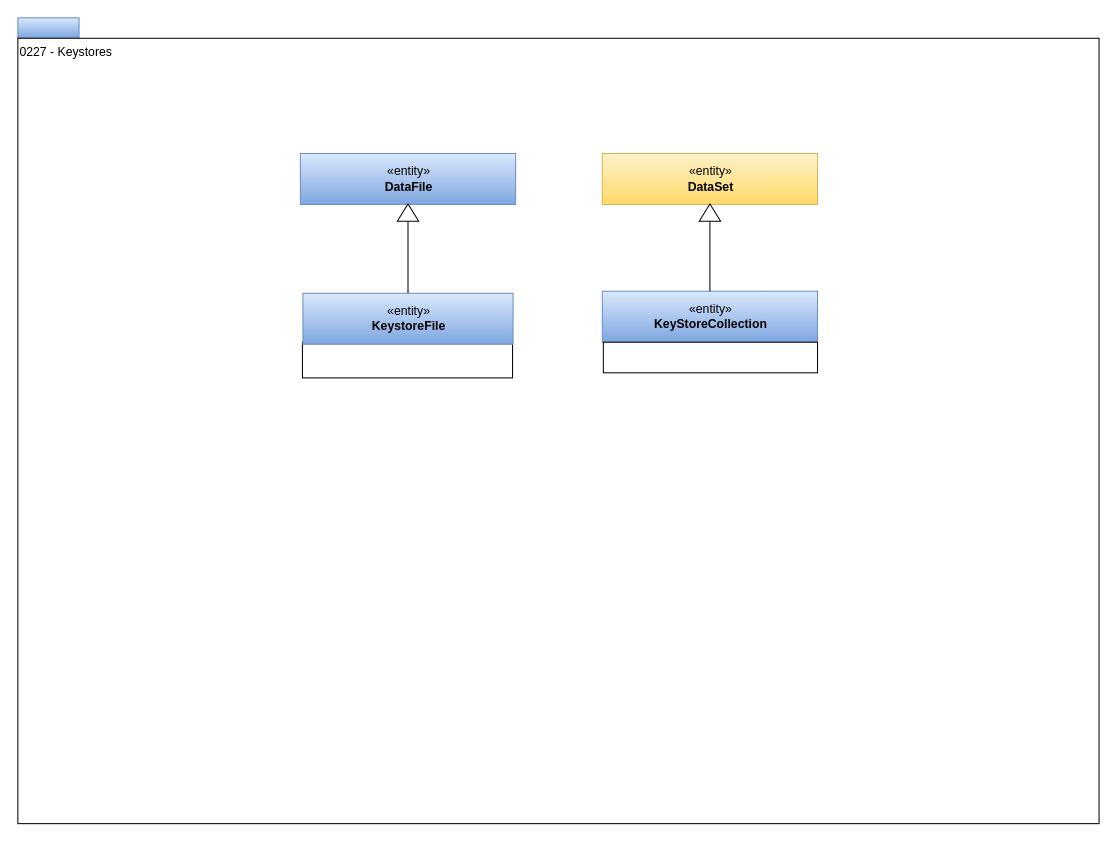
odpi/egeria-docs keeps this draw.io diagram as page "0227-Keystores" (17 of 25) of site/docs/types/2/area-2-assets.drawio. Above is the earlier version. Source tidied: cells renumbered, new cells numbered last; positions are measured from the earlier drawing's top-left corner, leaving out a move shared by most shapes. Both pictures are drawn from the tidied source at 102%, with x=0, y=0 at pixel (17, 17).
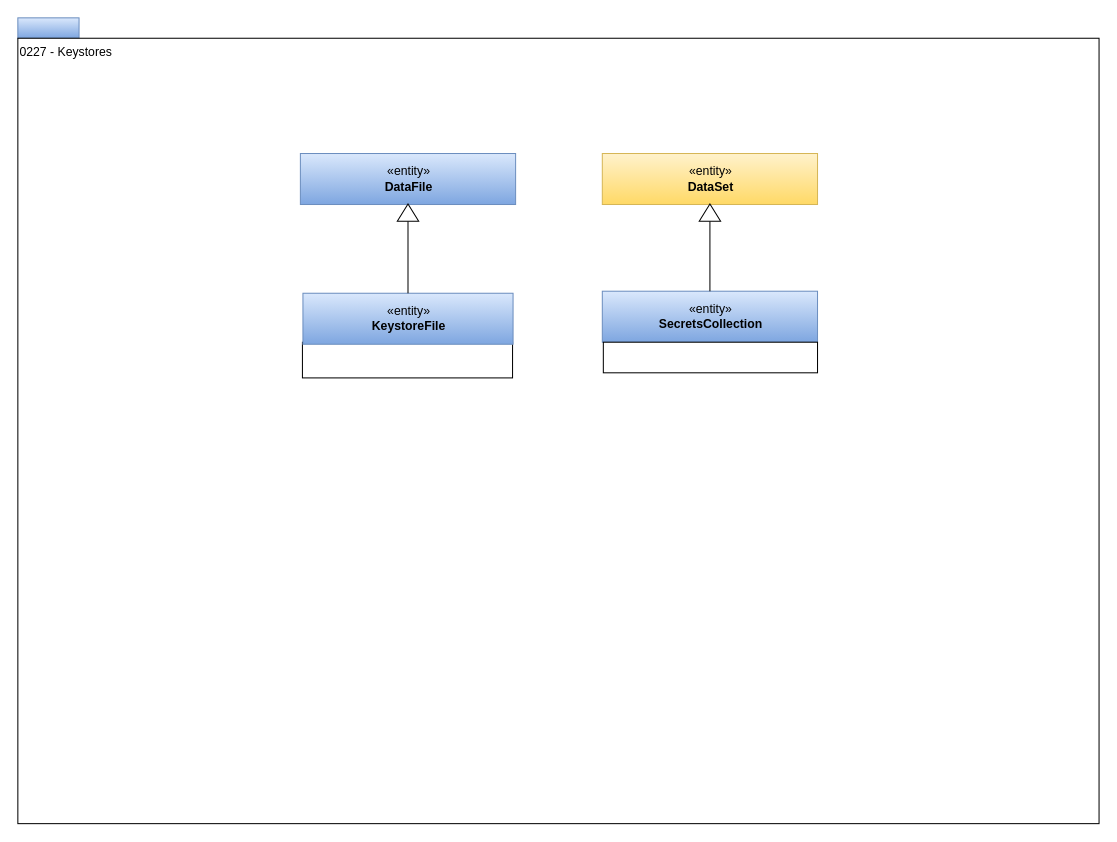
After the change.

What changed in the source:
```diff
@@
 <mxGraphModel>
   <root>
     <mxCell id="0" />
     <mxCell id="1" parent="0" />
     <mxCell id="2" style="rounded=0;whiteSpace=wrap;html=1;align=left;fillColor=#dae8fc;strokeColor=#6c8ebf;gradientColor=#7ea6e0;" parent="1" vertex="1">
       <mxGeometry width="60" height="20" as="geometry" />
     </mxCell>
     <mxCell id="3" value="0227 - Keystores" style="rounded=0;whiteSpace=wrap;html=1;align=left;verticalAlign=top;" parent="1" vertex="1">
       <mxGeometry y="20" width="1060" height="770" as="geometry" />
     </mxCell>
-    <mxCell id="4" value="«entity»&lt;br&gt;&lt;b&gt;KeyStoreCollection&lt;/b&gt;" style="html=1;strokeColor=#6c8ebf;align=center;fillColor=#dae8fc;gradientColor=#7ea6e0;" parent="1" vertex="1">
+    <mxCell id="4" value="«entity»&lt;br&gt;&lt;b&gt;SecretsCollection&lt;/b&gt;" style="html=1;strokeColor=#6c8ebf;align=center;fillColor=#dae8fc;gradientColor=#7ea6e0;" parent="1" vertex="1">
       <mxGeometry x="573" y="268" width="211" height="50" as="geometry" />
     </mxCell>
     <mxCell id="5" style="rounded=0;whiteSpace=wrap;html=1;strokeColor=#000000;gradientColor=#ffffff;align=left;" parent="1" vertex="1">
       <mxGeometry x="574" y="318" width="210" height="30" as="geometry" />
     </mxCell>
     <mxCell id="6" value="«entity»&lt;br&gt;&lt;b&gt;DataSet&lt;/b&gt;" style="html=1;strokeColor=#d6b656;align=center;fillColor=#fff2cc;gradientColor=#ffd966;" parent="1" vertex="1">
       <mxGeometry x="573" y="133" width="211" height="50" as="geometry" />
     </mxCell>
     <mxCell id="7" style="edgeStyle=orthogonalEdgeStyle;rounded=0;jettySize=auto;html=1;exitX=0;exitY=0.5;exitDx=0;exitDy=0;endArrow=none;endFill=0;" parent="1" edge="1" source="8" target="4">
       <mxGeometry relative="1" as="geometry" />
     </mxCell>
     <mxCell id="8" style="triangle;whiteSpace=wrap;html=1;strokeColor=#000000;gradientColor=#ffffff;align=center;rotation=-90;" parent="1" vertex="1">
       <mxGeometry x="670" y="180.5" width="17" height="21" as="geometry" />
     </mxCell>
     <mxCell id="9" style="rounded=0;whiteSpace=wrap;html=1;strokeColor=#000000;gradientColor=#ffffff;align=left;" parent="1" vertex="1">
       <mxGeometry x="279" y="318" width="206" height="35" as="geometry" />
     </mxCell>
     <mxCell id="10" value="«entity»&lt;br&gt;&lt;b&gt;KeystoreFile&lt;/b&gt;" style="html=1;strokeColor=#6c8ebf;align=center;fillColor=#dae8fc;gradientColor=#7ea6e0;" parent="1" vertex="1">
       <mxGeometry x="279.5" y="270" width="206" height="50" as="geometry" />
     </mxCell>
     <mxCell id="11" value="«entity»&lt;br&gt;&lt;b&gt;DataFile&lt;/b&gt;" style="html=1;strokeColor=#6c8ebf;align=center;fillColor=#dae8fc;gradientColor=#7ea6e0;" parent="1" vertex="1">
       <mxGeometry x="277" y="133" width="211" height="50" as="geometry" />
     </mxCell>
     <mxCell id="12" style="edgeStyle=orthogonalEdgeStyle;rounded=0;jettySize=auto;html=1;exitX=0;exitY=0.5;exitDx=0;exitDy=0;endArrow=none;endFill=0;entryX=0.5;entryY=0;entryDx=0;entryDy=0;" parent="1" edge="1" source="13" target="10">
       <mxGeometry relative="1" as="geometry" />
     </mxCell>
     <mxCell id="13" style="triangle;whiteSpace=wrap;html=1;strokeColor=#000000;gradientColor=#ffffff;align=center;rotation=-90;" parent="1" vertex="1">
       <mxGeometry x="374" y="180.5" width="17" height="21" as="geometry" />
     </mxCell>
   </root>
 </mxGraphModel>
```
